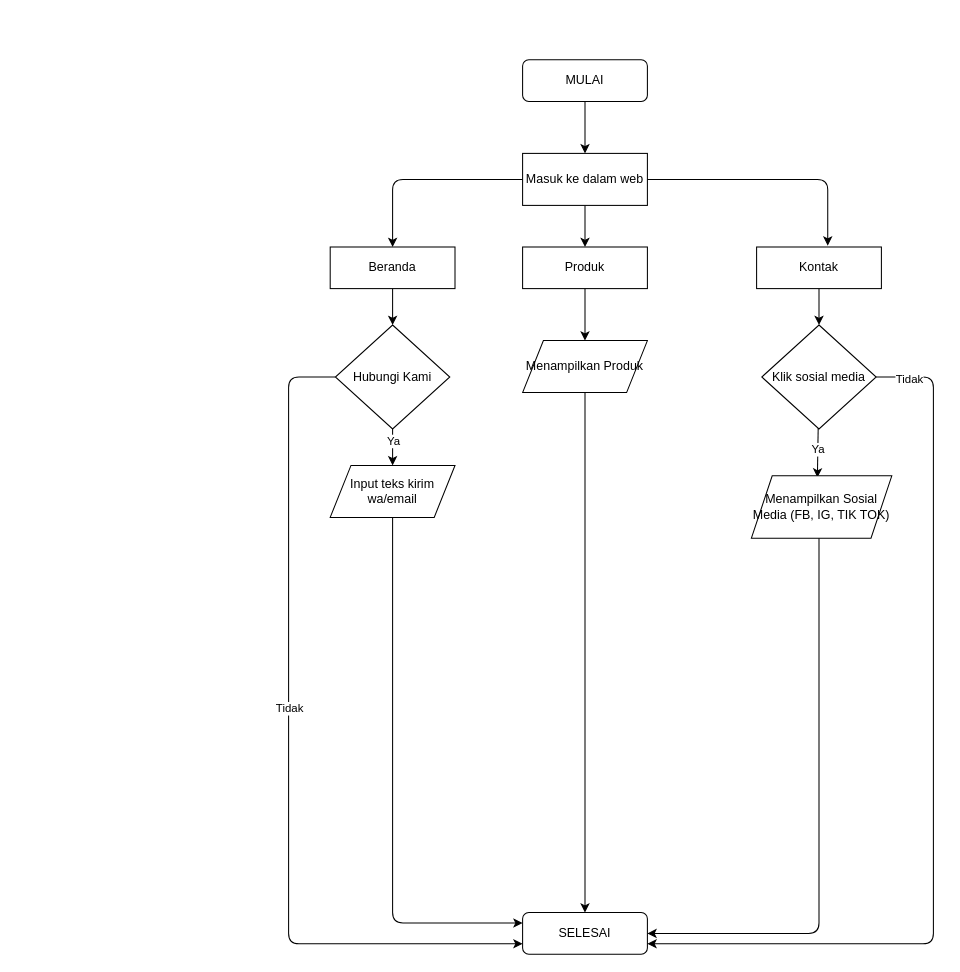
Above: flowchart.dio in yurahmawakiden/afizah-bakery (draw.io), before the change. Source tidied: cells renumbered, new cells numbered last; positions are measured from the earlier drawing's top-left corner, leaving out a move shared by most shapes. Both pictures are drawn from the tidied source at 104%, with x=0, y=0 at pixel (288, 59).
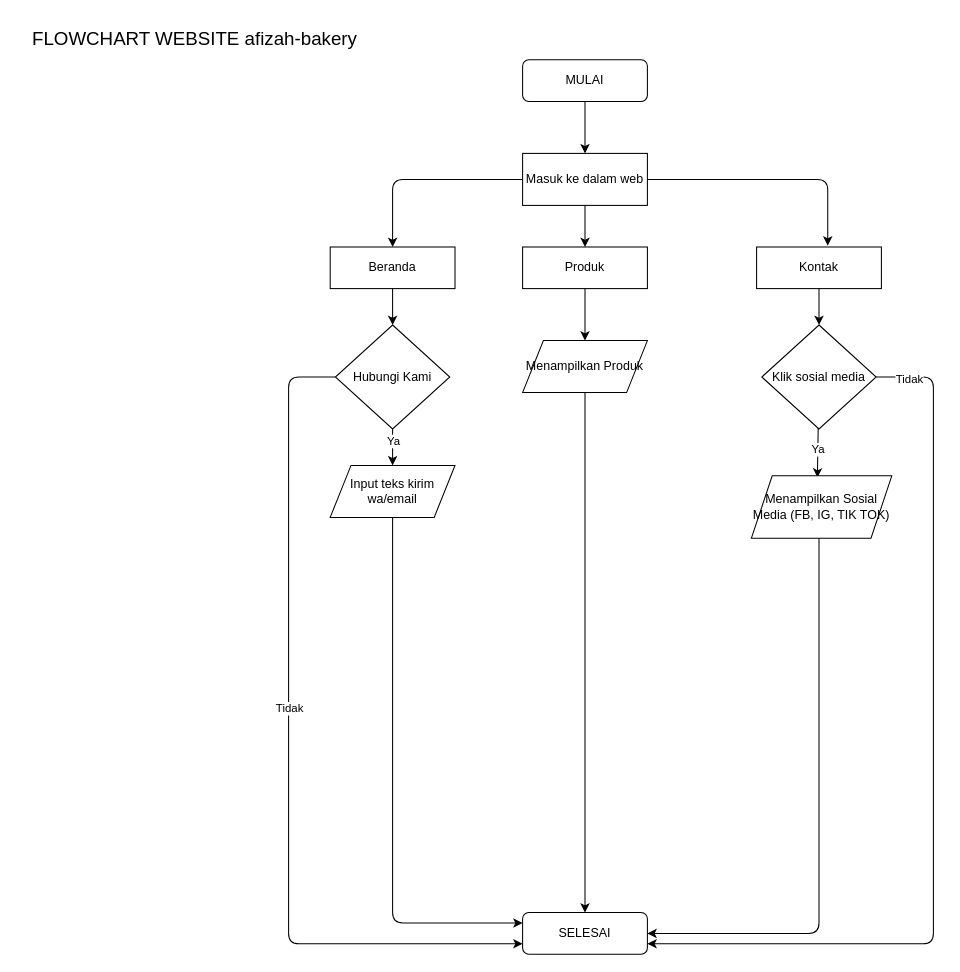
The same diagram, later.

Commit message:
Flowchat dan Desain FIGMA sudah selesai

The edit, as a diff of the source:
```diff
@@
+    <mxCell id="31" value="&lt;font style=&quot;font-size: 18px;&quot;&gt;FLOWCHART WEBSITE afizah-bakery&lt;/font&gt;" style="text;html=1;whiteSpace=wrap;strokeColor=none;fillColor=none;align=center;verticalAlign=middle;rounded=0;" parent="1" vertex="1">
+      <mxGeometry x="-260" y="-40" width="340" height="40" as="geometry" />
+    </mxCell>
```
